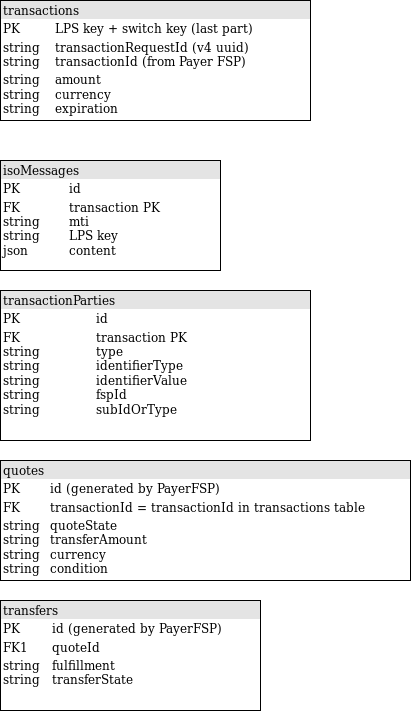
Above: media/Adaptor-database-schema.png in mojaloop/mojaloop-adapter (draw.io), before the change. Source tidied: cells renumbered, new cells last; positions are measured from the earlier drawing's top-left corner, leaving out a move shared by most shapes.
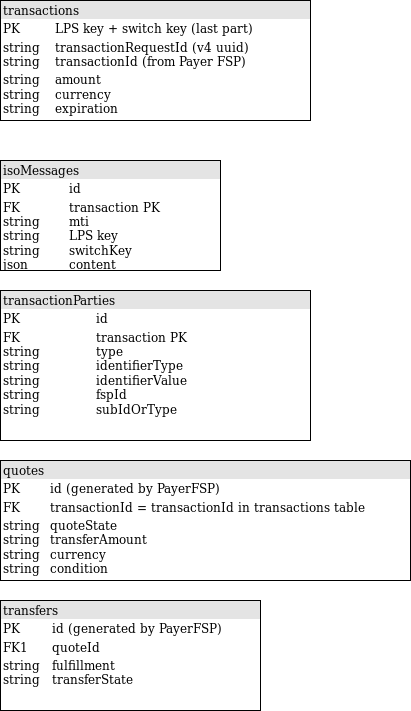
The same diagram one commit later.

Change to the diagram source:
```diff
@@ -5,7 +5,7 @@
     <mxCell id="2" value="&lt;div style=&quot;box-sizing: border-box ; width: 100% ; background: #e4e4e4 ; padding: 2px&quot;&gt;transactions&lt;br&gt;&lt;/div&gt;&lt;table style=&quot;width: 100% ; font-size: 1em&quot; cellspacing=&quot;0&quot; cellpadding=&quot;2&quot;&gt;&lt;tbody&gt;&lt;tr&gt;&lt;td&gt;PK&lt;/td&gt;&lt;td&gt;LPS key + switch key (last part)&lt;br&gt;&lt;/td&gt;&lt;/tr&gt;&lt;tr&gt;&lt;td&gt;string&lt;br&gt;string&lt;br&gt;&lt;/td&gt;&lt;td&gt;transactionRequestId (v4 uuid)&lt;br&gt;transactionId (from Payer FSP)&lt;br&gt;&lt;/td&gt;&lt;/tr&gt;&lt;tr&gt;&lt;td&gt;string&lt;br&gt;string&lt;br&gt;string&lt;br&gt;&lt;/td&gt;&lt;td&gt;amount&lt;br&gt;currency&lt;br&gt;expiration&lt;br&gt;&lt;/td&gt;&lt;/tr&gt;&lt;/tbody&gt;&lt;/table&gt;" style="verticalAlign=top;align=left;overflow=fill;html=1;" parent="1" vertex="1">
       <mxGeometry width="310" height="120" as="geometry" />
     </mxCell>
-    <mxCell id="3" value="&lt;div style=&quot;box-sizing: border-box ; width: 100% ; background: #e4e4e4 ; padding: 2px&quot;&gt;isoMessages&lt;/div&gt;&lt;table style=&quot;width: 100% ; font-size: 1em&quot; cellspacing=&quot;0&quot; cellpadding=&quot;2&quot;&gt;&lt;tbody&gt;&lt;tr&gt;&lt;td&gt;PK&lt;/td&gt;&lt;td&gt;id&lt;br&gt;&lt;/td&gt;&lt;/tr&gt;&lt;tr&gt;&lt;td&gt;FK&lt;br&gt;string&lt;br&gt;string&lt;br&gt;json&lt;br&gt;&lt;/td&gt;&lt;td&gt;transaction PK&lt;br&gt;mti&lt;br&gt;LPS key&lt;br&gt;content&lt;br&gt;&lt;/td&gt;&lt;/tr&gt;&lt;tr&gt;&lt;td&gt;&lt;br&gt;&lt;/td&gt;&lt;td&gt;&lt;br&gt;&lt;/td&gt;&lt;/tr&gt;&lt;/tbody&gt;&lt;/table&gt;" style="verticalAlign=top;align=left;overflow=fill;html=1;" parent="1" vertex="1">
+    <mxCell id="3" value="&lt;div style=&quot;box-sizing: border-box ; width: 100% ; background: #e4e4e4 ; padding: 2px&quot;&gt;isoMessages&lt;/div&gt;&lt;table style=&quot;width: 100% ; font-size: 1em&quot; cellspacing=&quot;0&quot; cellpadding=&quot;2&quot;&gt;&lt;tbody&gt;&lt;tr&gt;&lt;td&gt;PK&lt;/td&gt;&lt;td&gt;id&lt;br&gt;&lt;/td&gt;&lt;/tr&gt;&lt;tr&gt;&lt;td&gt;FK&lt;br&gt;string&lt;br&gt;string&lt;br&gt;string&lt;br&gt;json&lt;br&gt;&lt;/td&gt;&lt;td&gt;transaction PK&lt;br&gt;mti&lt;br&gt;LPS key&lt;br&gt;switchKey&lt;br&gt;content&lt;br&gt;&lt;/td&gt;&lt;/tr&gt;&lt;tr&gt;&lt;td&gt;&lt;br&gt;&lt;/td&gt;&lt;td&gt;&lt;br&gt;&lt;/td&gt;&lt;/tr&gt;&lt;/tbody&gt;&lt;/table&gt;" style="verticalAlign=top;align=left;overflow=fill;html=1;" parent="1" vertex="1">
       <mxGeometry y="160" width="220" height="110" as="geometry" />
     </mxCell>
     <mxCell id="4" value="&lt;div style=&quot;box-sizing: border-box ; width: 100% ; background: #e4e4e4 ; padding: 2px&quot;&gt;transactionParties&lt;br&gt;&lt;/div&gt;&lt;table style=&quot;width: 100% ; font-size: 1em&quot; cellspacing=&quot;0&quot; cellpadding=&quot;2&quot;&gt;&lt;tbody&gt;&lt;tr&gt;&lt;td&gt;PK&lt;/td&gt;&lt;td&gt;id&lt;/td&gt;&lt;/tr&gt;&lt;tr&gt;&lt;td&gt;FK&lt;br&gt;string&lt;br&gt;string&lt;br&gt;string&lt;br&gt;string&lt;br&gt;string&lt;br&gt;&lt;/td&gt;&lt;td&gt;transaction PK&lt;br&gt;type&lt;br&gt;identifierType&lt;br&gt;identifierValue&lt;br&gt;fspId&lt;br&gt;subIdOrType&lt;br&gt;&lt;/td&gt;&lt;/tr&gt;&lt;tr&gt;&lt;td&gt;&lt;br&gt;&lt;/td&gt;&lt;td&gt;&lt;br&gt;&lt;/td&gt;&lt;/tr&gt;&lt;/tbody&gt;&lt;/table&gt;" style="verticalAlign=top;align=left;overflow=fill;html=1;" parent="1" vertex="1">
```
